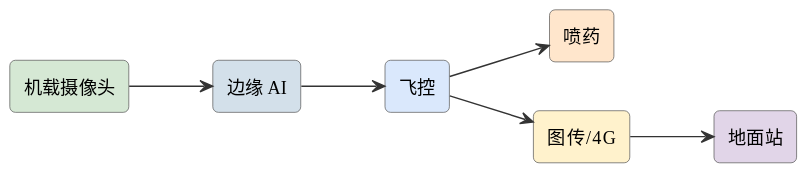
This is assets/diagrams/ideas-fig21.svg from mingyi0818/IntelligentMcuCourse, a PlantUML export, as it was before one commit. The source it was exported from:
```plantuml
@startuml
skinparam defaultFontName "Microsoft YaHei"
skinparam rectangleRoundCorner 8
skinparam rectangleBorderColor #555
skinparam rectangleFontSize 13
skinparam arrowFontSize 11
skinparam arrowColor #333
left to right direction
rectangle "机载摄像头" as cam #d5e8d4
rectangle "边缘 AI" as npu #d3e0ea
rectangle "飞控" as fc #dae8fc
rectangle "喷药" as spray #ffe6cc
rectangle "图传/4G" as link #fff2cc
rectangle "地面站" as gs #e1d5e8
cam --> npu
npu --> fc
fc --> spray
fc --> link
link --> gs
@enduml
```
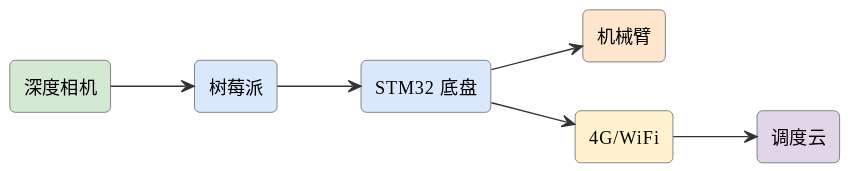
The same file after the commit.

What changed in the source:
```diff
@@ -6,15 +6,15 @@
 skinparam arrowFontSize 11
 skinparam arrowColor #333
 left to right direction
-rectangle "机载摄像头" as cam #d5e8d4
-rectangle "边缘 AI" as npu #d3e0ea
-rectangle "飞控" as fc #dae8fc
-rectangle "喷药" as spray #ffe6cc
-rectangle "图传/4G" as link #fff2cc
-rectangle "地面站" as gs #e1d5e8
-cam --> npu
-npu --> fc
-fc --> spray
-fc --> link
-link --> gs
+rectangle "深度相机" as cam #d5e8d4
+rectangle "树莓派" as pi #dae8fc
+rectangle "STM32 底盘" as stm #dae8fc
+rectangle "机械臂" as arm #ffe6cc
+rectangle "4G/WiFi" as g #fff2cc
+rectangle "调度云" as cloud #e1d5e8
+cam --> pi
+pi --> stm
+stm --> arm
+stm --> g
+g --> cloud
 @enduml
```
